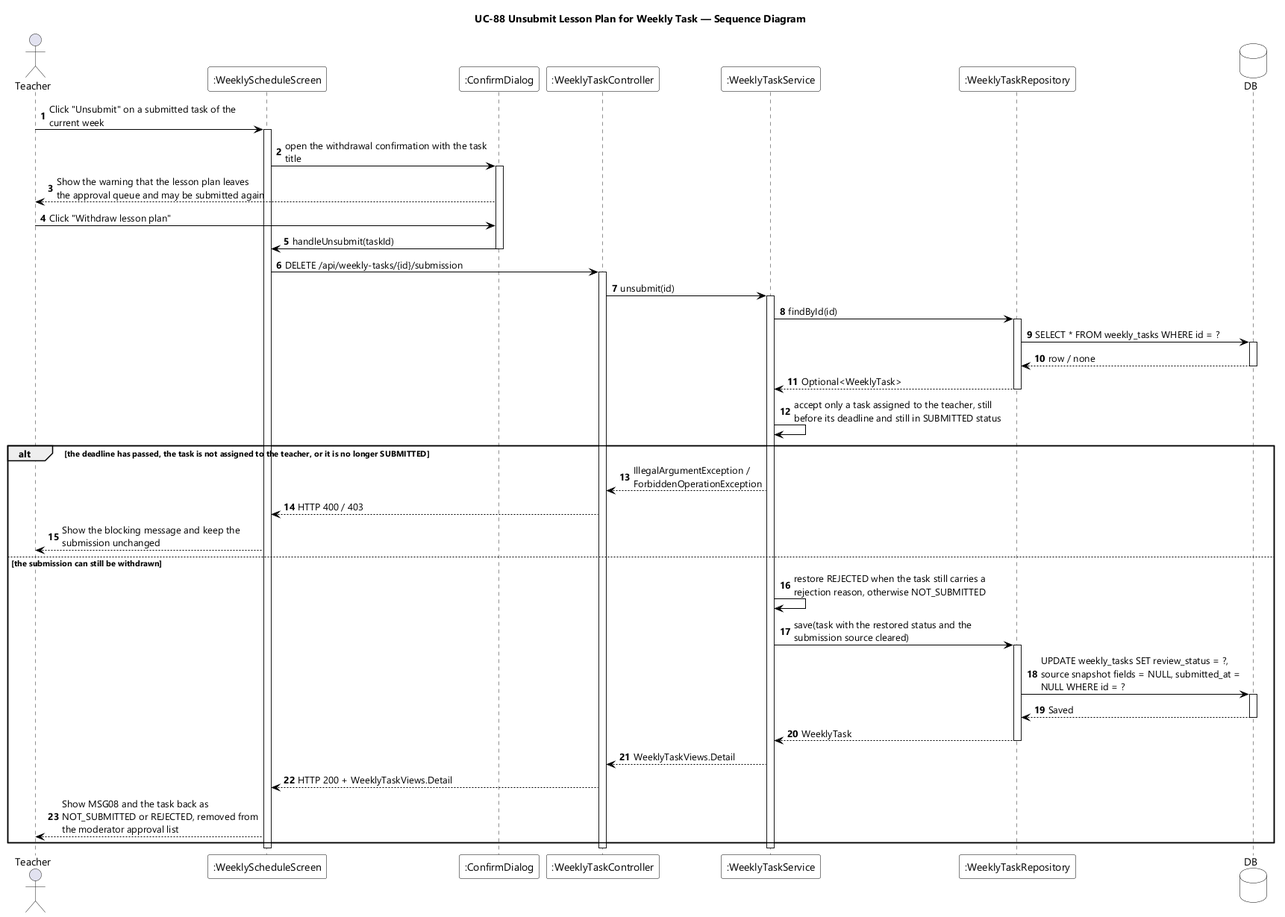
Before: designs/sds-diagrams/uc88/uc88-sequence-diagram.png, a diagram exported from PlantUML (EduA-system/EduA-system).
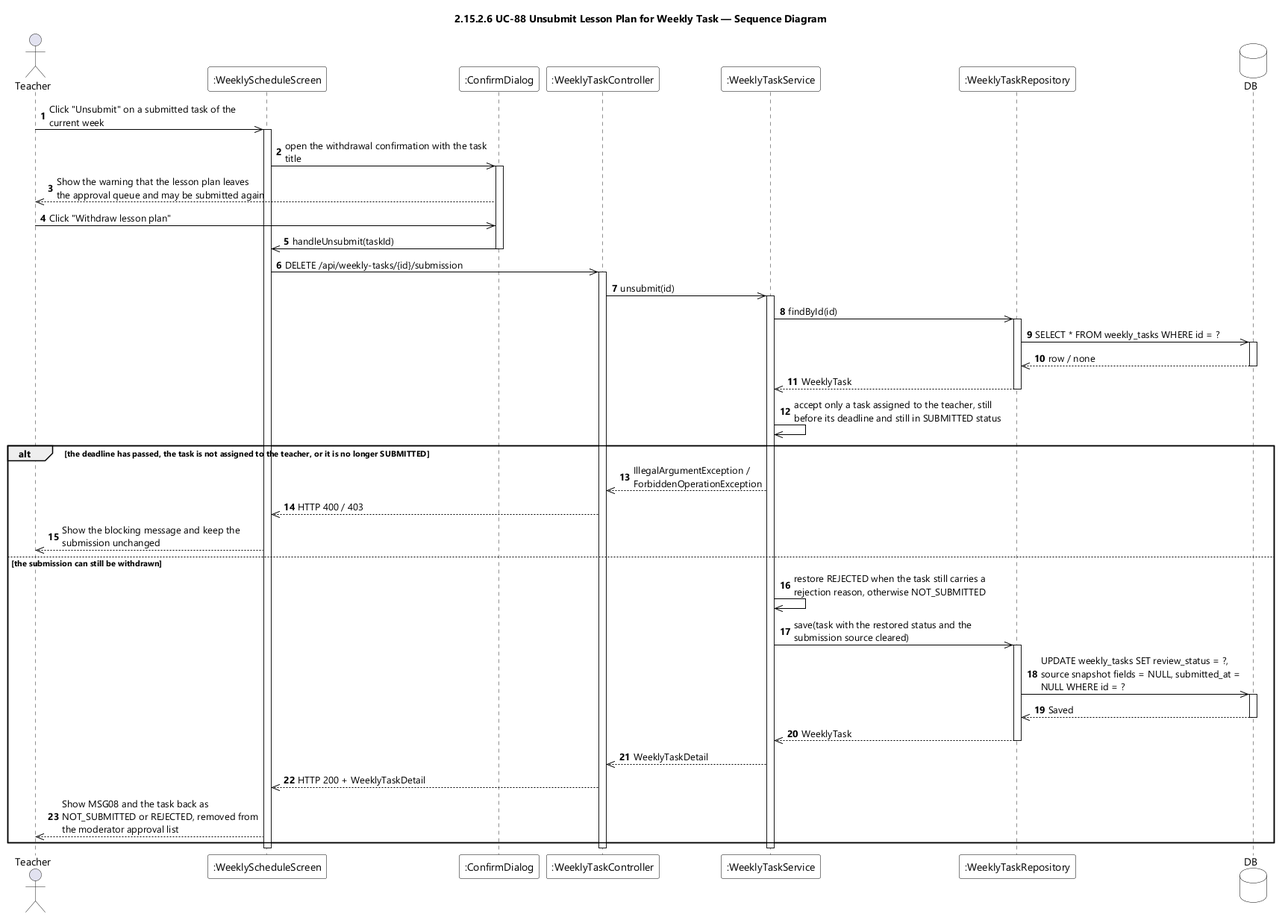
After the change.

The edit, as a diff of the source:
```diff
@@ -9,7 +9,7 @@
 skinparam ArrowColor #000000
 skinparam sequenceMessageAlign left
 skinparam maxMessageSize 280
-title UC-88 Unsubmit Lesson Plan for Weekly Task — Sequence Diagram
+title 2.15.2.6 UC-88 Unsubmit Lesson Plan for Weekly Task — Sequence Diagram
 
 actor Teacher
 participant ":WeeklyScheduleScreen" as UI
@@ -20,46 +20,46 @@
 database DB
 
 autonumber
-Teacher -> UI : Click "Unsubmit" on a submitted task of the current week
+Teacher ->> UI : Click "Unsubmit" on a submitted task of the current week
 activate UI
-UI -> DLG : open the withdrawal confirmation with the task title
+UI ->> DLG : open the withdrawal confirmation with the task title
 activate DLG
-DLG --> Teacher : Show the warning that the lesson plan leaves the approval queue and may be submitted again
-Teacher -> DLG : Click "Withdraw lesson plan"
-DLG -> UI : handleUnsubmit(taskId)
+DLG -->> Teacher : Show the warning that the lesson plan leaves the approval queue and may be submitted again
+Teacher ->> DLG : Click "Withdraw lesson plan"
+DLG ->> UI : handleUnsubmit(taskId)
 deactivate DLG
-UI -> CTL : DELETE /api/weekly-tasks/{id}/submission
+UI ->> CTL : DELETE /api/weekly-tasks/{id}/submission
 activate CTL
-CTL -> SVC : unsubmit(id)
+CTL ->> SVC : unsubmit(id)
 activate SVC
 
-SVC -> REPO : findById(id)
+SVC ->> REPO : findById(id)
 activate REPO
-REPO -> DB : SELECT * FROM weekly_tasks WHERE id = ?
+REPO ->> DB : SELECT * FROM weekly_tasks WHERE id = ?
 activate DB
-DB --> REPO : row / none
+DB -->> REPO : row / none
 deactivate DB
-REPO --> SVC : Optional<WeeklyTask>
+REPO -->> SVC : WeeklyTask
 deactivate REPO
-SVC -> SVC : accept only a task assigned to the teacher, still before its deadline and still in SUBMITTED status
+SVC ->> SVC : accept only a task assigned to the teacher, still before its deadline and still in SUBMITTED status
 
 alt the deadline has passed, the task is not assigned to the teacher, or it is no longer SUBMITTED
-  SVC --> CTL : IllegalArgumentException / ForbiddenOperationException
-  CTL --> UI : HTTP 400 / 403
-  UI --> Teacher : Show the blocking message and keep the submission unchanged
+  SVC -->> CTL : IllegalArgumentException / ForbiddenOperationException
+  CTL -->> UI : HTTP 400 / 403
+  UI -->> Teacher : Show the blocking message and keep the submission unchanged
 else the submission can still be withdrawn
-  SVC -> SVC : restore REJECTED when the task still carries a rejection reason, otherwise NOT_SUBMITTED
-  SVC -> REPO : save(task with the restored status and the submission source cleared)
+  SVC ->> SVC : restore REJECTED when the task still carries a rejection reason, otherwise NOT_SUBMITTED
+  SVC ->> REPO : save(task with the restored status and the submission source cleared)
   activate REPO
-  REPO -> DB : UPDATE weekly_tasks SET review_status = ?, source snapshot fields = NULL, submitted_at = NULL WHERE id = ?
+  REPO ->> DB : UPDATE weekly_tasks SET review_status = ?, source snapshot fields = NULL, submitted_at = NULL WHERE id = ?
   activate DB
-  DB --> REPO : Saved
+  DB -->> REPO : Saved
   deactivate DB
-  REPO --> SVC : WeeklyTask
+  REPO -->> SVC : WeeklyTask
   deactivate REPO
-  SVC --> CTL : WeeklyTaskViews.Detail
-  CTL --> UI : HTTP 200 + WeeklyTaskViews.Detail
-  UI --> Teacher : Show MSG08 and the task back as NOT_SUBMITTED or REJECTED, removed from the moderator approval list
+  SVC -->> CTL : WeeklyTaskDetail
+  CTL -->> UI : HTTP 200 + WeeklyTaskDetail
+  UI -->> Teacher : Show MSG08 and the task back as NOT_SUBMITTED or REJECTED, removed from the moderator approval list
 end
 deactivate SVC
 deactivate CTL
```
